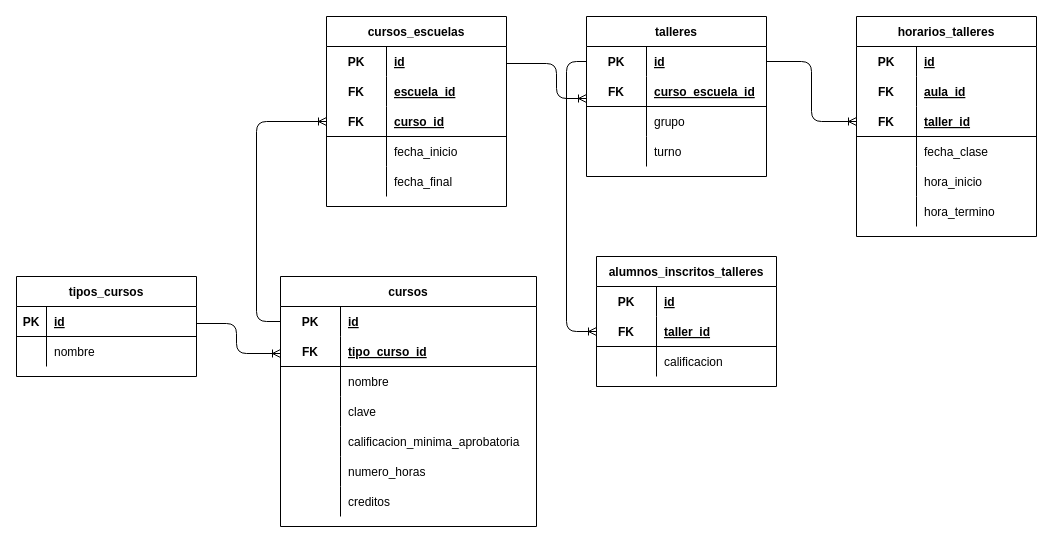
Carlos-Angel/database-escolar keeps this draw.io diagram as cursos/cursos.drawio. Above is the earlier version. Source tidied: cells renumbered, new cells numbered last; positions are measured from the earlier drawing's top-left corner, leaving out a move shared by most shapes. Both pictures are drawn from the tidied source at 100%, with x=0, y=0 at pixel (16, 16).
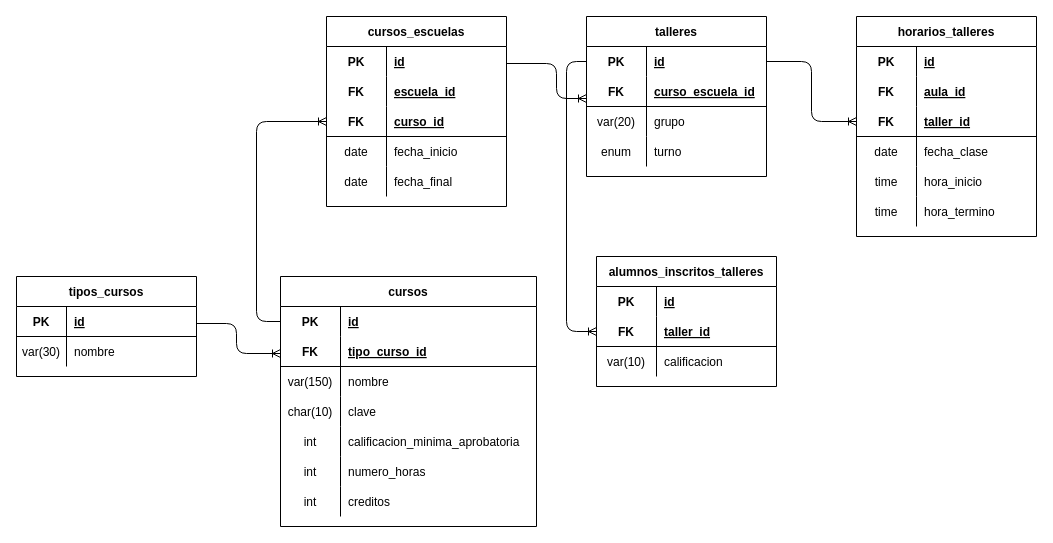
The same diagram, later.

Commit message (it also covers changes not shown here):
feat(cursos): agregando el tipo de datos a los atributos

The change refers to these unchanged cells:
```xml
<mxCell id="3" style="shape=partialRectangle;fillColor=none;top=0;left=0;bottom=1;right=0;" parent="2" vertex="1">
  <mxGeometry y="30" width="180" height="30" as="geometry" />
</mxCell>
<mxCell id="6" style="shape=partialRectangle;fillColor=none;top=0;left=0;bottom=0;right=0;" parent="2" vertex="1">
  <mxGeometry y="60" width="180" height="30" as="geometry" />
</mxCell>
<mxCell id="16" style="shape=partialRectangle;fillColor=none;top=0;left=0;bottom=0;right=0;" parent="9" vertex="1">
  <mxGeometry y="90" width="256" height="30" as="geometry" />
</mxCell>
<mxCell id="19" style="shape=partialRectangle;fillColor=none;top=0;left=0;bottom=0;right=0;" parent="9" vertex="1">
  <mxGeometry y="120" width="256" height="30" as="geometry" />
</mxCell>
<mxCell id="22" style="shape=partialRectangle;fillColor=none;top=0;left=0;bottom=0;right=0;" parent="9" vertex="1">
  <mxGeometry y="150" width="256" height="30" as="geometry" />
</mxCell>
<mxCell id="25" style="shape=partialRectangle;fillColor=none;top=0;left=0;bottom=0;right=0;" parent="9" vertex="1">
  <mxGeometry y="180" width="256" height="30" as="geometry" />
</mxCell>
<mxCell id="28" style="shape=partialRectangle;fillColor=none;top=0;left=0;bottom=0;right=0;" parent="9" vertex="1">
  <mxGeometry y="210" width="256" height="30" as="geometry" />
</mxCell>
<mxCell id="42" style="shape=partialRectangle;fillColor=none;top=0;left=0;bottom=0;right=0;" parent="32" vertex="1">
  <mxGeometry y="120" width="180" height="30" as="geometry" />
</mxCell>
<mxCell id="45" style="shape=partialRectangle;fillColor=none;top=0;left=0;bottom=0;right=0;" parent="32" vertex="1">
  <mxGeometry y="150" width="180" height="30" as="geometry" />
</mxCell>
<mxCell id="56" style="shape=partialRectangle;fillColor=none;top=0;left=0;bottom=0;right=0;" parent="49" vertex="1">
  <mxGeometry y="90" width="180" height="30" as="geometry" />
</mxCell>
<mxCell id="59" style="shape=partialRectangle;fillColor=none;top=0;left=0;bottom=0;right=0;" parent="49" vertex="1">
  <mxGeometry y="120" width="180" height="30" as="geometry" />
</mxCell>
<mxCell id="70" style="shape=partialRectangle;fillColor=none;top=0;left=0;bottom=0;right=0;" parent="63" vertex="1">
  <mxGeometry y="90" width="180" height="30" as="geometry" />
</mxCell>
<mxCell id="84" style="shape=partialRectangle;fillColor=none;top=0;left=0;bottom=0;right=0;" parent="74" vertex="1">
  <mxGeometry y="120" width="180" height="30" as="geometry" />
</mxCell>
<mxCell id="87" style="shape=partialRectangle;fillColor=none;top=0;left=0;bottom=0;right=0;" parent="74" vertex="1">
  <mxGeometry y="150" width="180" height="30" as="geometry" />
</mxCell>
<mxCell id="90" style="shape=partialRectangle;fillColor=none;top=0;left=0;bottom=0;right=0;" parent="74" vertex="1">
  <mxGeometry y="180" width="180" height="30" as="geometry" />
</mxCell>
```

What changed in the source:
```diff
@@
     <mxCell id="4" value="PK" style="shape=partialRectangle;fillColor=none;top=0;left=0;bottom=0;right=0;fontStyle=1;overflow=hidden;" parent="3" vertex="1">
-      <mxGeometry width="30" height="30" as="geometry" />
+      <mxGeometry width="50" height="30" as="geometry" />
     </mxCell>
     <mxCell id="5" value="id" style="shape=partialRectangle;fillColor=none;top=0;left=0;bottom=0;right=0;align=left;spacingLeft=6;fontStyle=5;overflow=hidden;" parent="3" vertex="1">
-      <mxGeometry x="30" width="150" height="30" as="geometry" />
+      <mxGeometry x="50" width="130" height="30" as="geometry" />
     </mxCell>
@@
-    <mxCell id="7" style="shape=partialRectangle;fillColor=none;top=0;left=0;bottom=0;right=0;overflow=hidden;" parent="6" vertex="1">
-      <mxGeometry width="30" height="30" as="geometry" />
+    <mxCell id="7" value="var(30)" style="shape=partialRectangle;fillColor=none;top=0;left=0;bottom=0;right=0;overflow=hidden;" parent="6" vertex="1">
+      <mxGeometry width="50" height="30" as="geometry" />
     </mxCell>
     <mxCell id="8" value="nombre" style="shape=partialRectangle;fillColor=none;top=0;left=0;bottom=0;right=0;align=left;spacingLeft=6;overflow=hidden;" parent="6" vertex="1">
-      <mxGeometry x="30" width="150" height="30" as="geometry" />
+      <mxGeometry x="50" width="130" height="30" as="geometry" />
     </mxCell>
@@
-    <mxCell id="17" style="shape=partialRectangle;fillColor=none;top=0;left=0;bottom=0;right=0;overflow=hidden;" parent="16" vertex="1">
+    <mxCell id="17" value="var(150)" style="shape=partialRectangle;fillColor=none;top=0;left=0;bottom=0;right=0;overflow=hidden;" parent="16" vertex="1">
       <mxGeometry width="60" height="30" as="geometry" />
     </mxCell>
@@
-    <mxCell id="20" style="shape=partialRectangle;fillColor=none;top=0;left=0;bottom=0;right=0;overflow=hidden;" parent="19" vertex="1">
+    <mxCell id="20" value="char(10)" style="shape=partialRectangle;fillColor=none;top=0;left=0;bottom=0;right=0;overflow=hidden;" parent="19" vertex="1">
       <mxGeometry width="60" height="30" as="geometry" />
     </mxCell>
@@
-    <mxCell id="23" style="shape=partialRectangle;fillColor=none;top=0;left=0;bottom=0;right=0;overflow=hidden;" parent="22" vertex="1">
+    <mxCell id="23" value="int" style="shape=partialRectangle;fillColor=none;top=0;left=0;bottom=0;right=0;overflow=hidden;" parent="22" vertex="1">
       <mxGeometry width="60" height="30" as="geometry" />
     </mxCell>
@@
-    <mxCell id="26" style="shape=partialRectangle;fillColor=none;top=0;left=0;bottom=0;right=0;overflow=hidden;" parent="25" vertex="1">
+    <mxCell id="26" value="int" style="shape=partialRectangle;fillColor=none;top=0;left=0;bottom=0;right=0;overflow=hidden;" parent="25" vertex="1">
       <mxGeometry width="60" height="30" as="geometry" />
     </mxCell>
@@
-    <mxCell id="29" style="shape=partialRectangle;fillColor=none;top=0;left=0;bottom=0;right=0;overflow=hidden;" parent="28" vertex="1">
+    <mxCell id="29" value="int" style="shape=partialRectangle;fillColor=none;top=0;left=0;bottom=0;right=0;overflow=hidden;" parent="28" vertex="1">
       <mxGeometry width="60" height="30" as="geometry" />
     </mxCell>
@@
-    <mxCell id="43" style="shape=partialRectangle;fillColor=none;top=0;left=0;bottom=0;right=0;overflow=hidden;" parent="42" vertex="1">
+    <mxCell id="43" value="date" style="shape=partialRectangle;fillColor=none;top=0;left=0;bottom=0;right=0;overflow=hidden;" parent="42" vertex="1">
       <mxGeometry width="60" height="30" as="geometry" />
     </mxCell>
@@
-    <mxCell id="46" style="shape=partialRectangle;fillColor=none;top=0;left=0;bottom=0;right=0;overflow=hidden;" parent="45" vertex="1">
+    <mxCell id="46" value="date" style="shape=partialRectangle;fillColor=none;top=0;left=0;bottom=0;right=0;overflow=hidden;" parent="45" vertex="1">
       <mxGeometry width="60" height="30" as="geometry" />
     </mxCell>
@@
-    <mxCell id="57" style="shape=partialRectangle;fillColor=none;top=0;left=0;bottom=0;right=0;overflow=hidden;" parent="56" vertex="1">
+    <mxCell id="57" value="var(20)" style="shape=partialRectangle;fillColor=none;top=0;left=0;bottom=0;right=0;overflow=hidden;" parent="56" vertex="1">
       <mxGeometry width="60" height="30" as="geometry" />
     </mxCell>
@@
-    <mxCell id="60" style="shape=partialRectangle;fillColor=none;top=0;left=0;bottom=0;right=0;overflow=hidden;" parent="59" vertex="1">
+    <mxCell id="60" value="enum" style="shape=partialRectangle;fillColor=none;top=0;left=0;bottom=0;right=0;overflow=hidden;" parent="59" vertex="1">
       <mxGeometry width="60" height="30" as="geometry" />
     </mxCell>
@@
-    <mxCell id="71" style="shape=partialRectangle;fillColor=none;top=0;left=0;bottom=0;right=0;overflow=hidden;" parent="70" vertex="1">
+    <mxCell id="71" value="var(10)" style="shape=partialRectangle;fillColor=none;top=0;left=0;bottom=0;right=0;overflow=hidden;" parent="70" vertex="1">
       <mxGeometry width="60" height="30" as="geometry" />
     </mxCell>
@@
-    <mxCell id="85" style="shape=partialRectangle;fillColor=none;top=0;left=0;bottom=0;right=0;overflow=hidden;" parent="84" vertex="1">
+    <mxCell id="85" value="date" style="shape=partialRectangle;fillColor=none;top=0;left=0;bottom=0;right=0;overflow=hidden;" parent="84" vertex="1">
       <mxGeometry width="60" height="30" as="geometry" />
     </mxCell>
@@
-    <mxCell id="88" style="shape=partialRectangle;fillColor=none;top=0;left=0;bottom=0;right=0;overflow=hidden;" parent="87" vertex="1">
+    <mxCell id="88" value="time" style="shape=partialRectangle;fillColor=none;top=0;left=0;bottom=0;right=0;overflow=hidden;" parent="87" vertex="1">
       <mxGeometry width="60" height="30" as="geometry" />
     </mxCell>
@@
-    <mxCell id="91" style="shape=partialRectangle;fillColor=none;top=0;left=0;bottom=0;right=0;overflow=hidden;" parent="90" vertex="1">
+    <mxCell id="91" value="time" style="shape=partialRectangle;fillColor=none;top=0;left=0;bottom=0;right=0;overflow=hidden;" parent="90" vertex="1">
       <mxGeometry width="60" height="30" as="geometry" />
     </mxCell>
```
